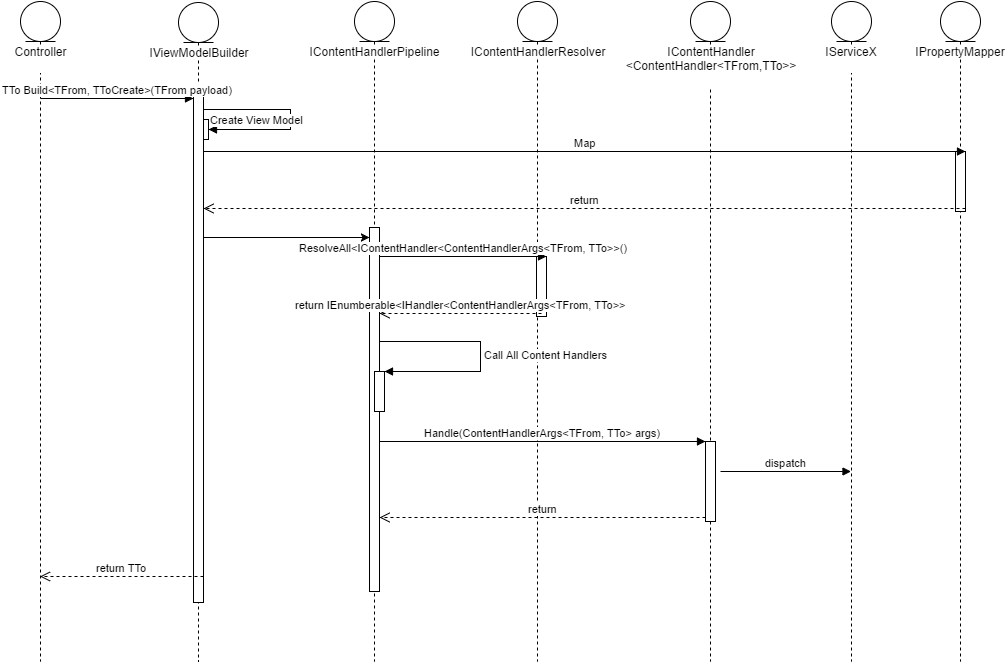
This is Sequence Diagram.png from paulkrwebs/BuildUp, a draw.io export, as it was before one commit. Source tidied: cells renumbered, new cells last; positions are measured from the earlier drawing's top-left corner, leaving out a move shared by most shapes.
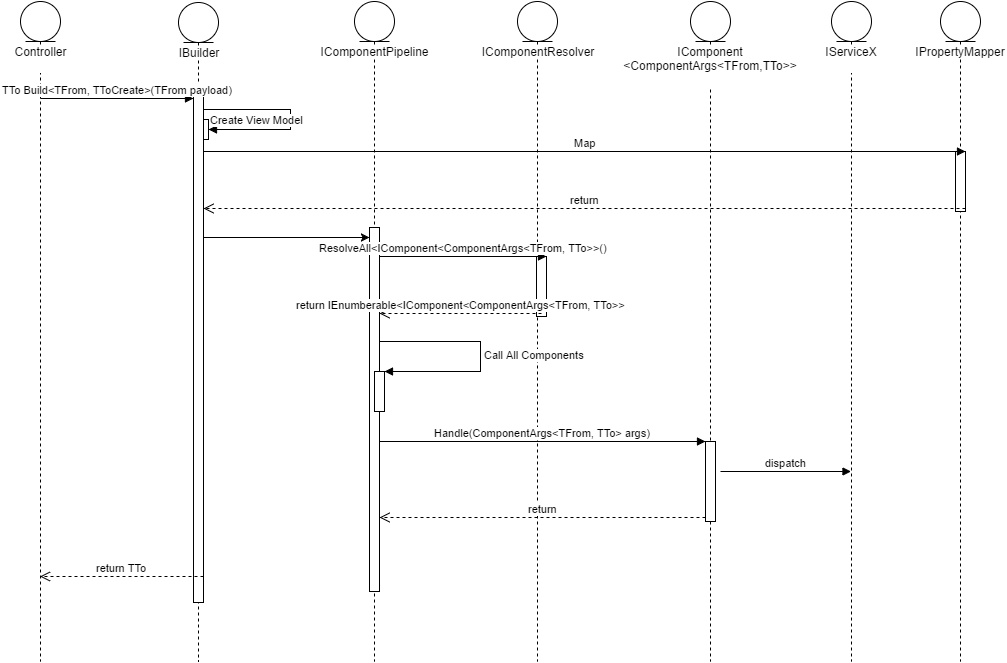
Later version of the same file.

Change to the diagram source:
```diff
@@ -5,7 +5,7 @@
     <mxCell id="2" value="Controller&lt;div&gt;&lt;br&gt;&lt;/div&gt;" style="shape=umlLifeline;participant=umlEntity;perimeter=lifelinePerimeter;whiteSpace=wrap;html=1;verticalAlign=top;spacingTop=36;labelBackgroundColor=#ffffff;" parent="1" vertex="1">
       <mxGeometry width="40" height="660" as="geometry" />
     </mxCell>
-    <mxCell id="3" value="&lt;div&gt;IViewModelBuilder&lt;/div&gt;" style="shape=umlLifeline;participant=umlEntity;perimeter=lifelinePerimeter;whiteSpace=wrap;html=1;verticalAlign=top;spacingTop=36;labelBackgroundColor=#ffffff;" parent="1" vertex="1">
+    <mxCell id="3" value="&lt;div&gt;IBuilder&lt;/div&gt;" style="shape=umlLifeline;participant=umlEntity;perimeter=lifelinePerimeter;whiteSpace=wrap;html=1;verticalAlign=top;spacingTop=36;labelBackgroundColor=#ffffff;" parent="1" vertex="1">
       <mxGeometry x="158" y="1" width="40" height="659" as="geometry" />
     </mxCell>
     <mxCell id="4" style="html=1;perimeter=orthogonalPerimeter;" parent="3" vertex="1">
@@ -17,13 +17,13 @@
     <mxCell id="6" style="html=1;points=[];perimeter=orthogonalPerimeter;" parent="3" vertex="1">
       <mxGeometry x="15" y="90" width="10" height="510" as="geometry" />
     </mxCell>
-    <mxCell id="7" value="IContent&lt;span&gt;HandlerResolver&lt;/span&gt;" style="shape=umlLifeline;participant=umlEntity;perimeter=lifelinePerimeter;whiteSpace=wrap;html=1;verticalAlign=top;spacingTop=36;labelBackgroundColor=#ffffff;" parent="1" vertex="1">
+    <mxCell id="7" value="IComponent&lt;span&gt;Resolver&lt;/span&gt;" style="shape=umlLifeline;participant=umlEntity;perimeter=lifelinePerimeter;whiteSpace=wrap;html=1;verticalAlign=top;spacingTop=36;labelBackgroundColor=#ffffff;" parent="1" vertex="1">
       <mxGeometry x="497" width="40" height="660" as="geometry" />
     </mxCell>
     <mxCell id="8" style="html=1;points=[];perimeter=orthogonalPerimeter;" parent="7" vertex="1">
       <mxGeometry x="19" y="255" width="10" height="60" as="geometry" />
     </mxCell>
-    <mxCell id="9" value="&lt;div&gt;IContentHandler&lt;/div&gt;&lt;div&gt;&amp;lt;ContentHandler&amp;lt;TFrom,TTo&amp;gt;&amp;gt;&lt;/div&gt;&lt;div&gt;&lt;br&gt;&lt;/div&gt;" style="shape=umlLifeline;participant=umlEntity;perimeter=lifelinePerimeter;whiteSpace=wrap;html=1;verticalAlign=top;spacingTop=36;labelBackgroundColor=#ffffff;" parent="1" vertex="1">
+    <mxCell id="9" value="&lt;div&gt;IComponent&lt;/div&gt;&lt;div&gt;&amp;lt;ComponentArgs&amp;lt;TFrom,TTo&amp;gt;&amp;gt;&lt;/div&gt;&lt;div&gt;&lt;br&gt;&lt;/div&gt;" style="shape=umlLifeline;participant=umlEntity;perimeter=lifelinePerimeter;whiteSpace=wrap;html=1;verticalAlign=top;spacingTop=36;labelBackgroundColor=#ffffff;" parent="1" vertex="1">
       <mxGeometry x="670" width="40" height="660" as="geometry" />
     </mxCell>
     <mxCell id="10" style="html=1;points=[];perimeter=orthogonalPerimeter;" parent="9" vertex="1">
@@ -64,7 +64,7 @@
     <mxCell id="18" style="html=1;points=[];perimeter=orthogonalPerimeter;" parent="17" vertex="1">
       <mxGeometry x="15" y="150" width="10" height="60" as="geometry" />
     </mxCell>
-    <mxCell id="19" value="IContentHandlerPipeline" style="shape=umlLifeline;participant=umlEntity;perimeter=lifelinePerimeter;whiteSpace=wrap;html=1;verticalAlign=top;spacingTop=36;labelBackgroundColor=#ffffff;" parent="1" vertex="1">
+    <mxCell id="19" value="IComponentPipeline" style="shape=umlLifeline;participant=umlEntity;perimeter=lifelinePerimeter;whiteSpace=wrap;html=1;verticalAlign=top;spacingTop=36;labelBackgroundColor=#ffffff;" parent="1" vertex="1">
       <mxGeometry x="334" width="40" height="660" as="geometry" />
     </mxCell>
     <mxCell id="20" style="html=1;points=[];perimeter=orthogonalPerimeter;" parent="19" vertex="1">
@@ -73,7 +73,7 @@
     <mxCell id="21" style="html=1;points=[];perimeter=orthogonalPerimeter;" parent="19" vertex="1">
       <mxGeometry x="20" y="370" width="10" height="40" as="geometry" />
     </mxCell>
-    <mxCell id="22" value="Call All Content Handlers" style="edgeStyle=orthogonalEdgeStyle;html=1;align=left;spacingLeft=2;endArrow=block;rounded=0;entryX=1;entryY=0;" parent="19" edge="1" source="20" target="21">
+    <mxCell id="22" value="Call All Components" style="edgeStyle=orthogonalEdgeStyle;html=1;align=left;spacingLeft=2;endArrow=block;rounded=0;entryX=1;entryY=0;" parent="19" edge="1" source="20" target="21">
       <mxGeometry relative="1" as="geometry">
         <Array as="points">
           <mxPoint x="126" y="340" />
@@ -87,18 +87,18 @@
         <mxPoint x="349" y="236" as="targetPoint" />
       </mxGeometry>
     </mxCell>
-    <mxCell id="24" value="Handle(Content&lt;span&gt;HandlerArgs&amp;lt;TFrom, TTo&amp;gt; args&lt;/span&gt;&lt;span style=&quot;line-height: 1.2&quot;&gt;)&lt;/span&gt;" style="html=1;verticalAlign=bottom;endArrow=block;entryX=0;entryY=0;" parent="1" edge="1" source="20" target="10">
+    <mxCell id="24" value="Handle(Component&lt;span&gt;Args&amp;lt;TFrom, TTo&amp;gt; args&lt;/span&gt;&lt;span style=&quot;line-height: 1.2&quot;&gt;)&lt;/span&gt;" style="html=1;verticalAlign=bottom;endArrow=block;entryX=0;entryY=0;" parent="1" edge="1" source="20" target="10">
       <mxGeometry x="479" y="500" as="geometry" />
     </mxCell>
     <mxCell id="25" value="return" style="html=1;verticalAlign=bottom;endArrow=open;dashed=1;endSize=8;exitX=0;exitY=0.95;" parent="1" edge="1" source="10" target="20">
       <mxGeometry x="479" y="576" as="geometry" />
     </mxCell>
-    <mxCell id="26" value="return IEnumberable&amp;lt;&lt;span&gt;IHandler&amp;lt;ContentHandlerArgs&amp;lt;TFrom, TTo&amp;gt;&lt;/span&gt;&amp;gt;" style="html=1;verticalAlign=bottom;endArrow=open;dashed=1;endSize=8;" parent="1" edge="1" target="20">
+    <mxCell id="26" value="return IEnumberable&amp;lt;&lt;span&gt;IComponent&amp;lt;ComponentArgs&amp;lt;TFrom, TTo&amp;gt;&lt;/span&gt;&amp;gt;" style="html=1;verticalAlign=bottom;endArrow=open;dashed=1;endSize=8;" parent="1" edge="1" target="20">
       <mxGeometry x="479" y="372" as="geometry">
         <mxPoint x="521" y="312" as="sourcePoint" />
       </mxGeometry>
     </mxCell>
-    <mxCell id="27" value="&lt;span&gt;ResolveAll&lt;/span&gt;&amp;lt;IContentHandler&amp;lt;ContentHandlerArgs&amp;lt;TFrom, TTo&amp;gt;&amp;gt;()" style="html=1;verticalAlign=bottom;endArrow=block;entryX=1;entryY=0;" parent="1" edge="1" source="20" target="8">
+    <mxCell id="27" value="&lt;span&gt;ResolveAll&lt;/span&gt;&amp;lt;IComponent&amp;lt;ComponentArgs&amp;lt;TFrom, TTo&amp;gt;&amp;gt;()" style="html=1;verticalAlign=bottom;endArrow=block;entryX=1;entryY=0;" parent="1" edge="1" source="20" target="8">
       <mxGeometry x="479" y="315" as="geometry" />
     </mxCell>
     <mxCell id="28" value="Map" style="html=1;verticalAlign=bottom;endArrow=block;entryX=1;entryY=0;" parent="1" edge="1" source="6" target="18">
```
